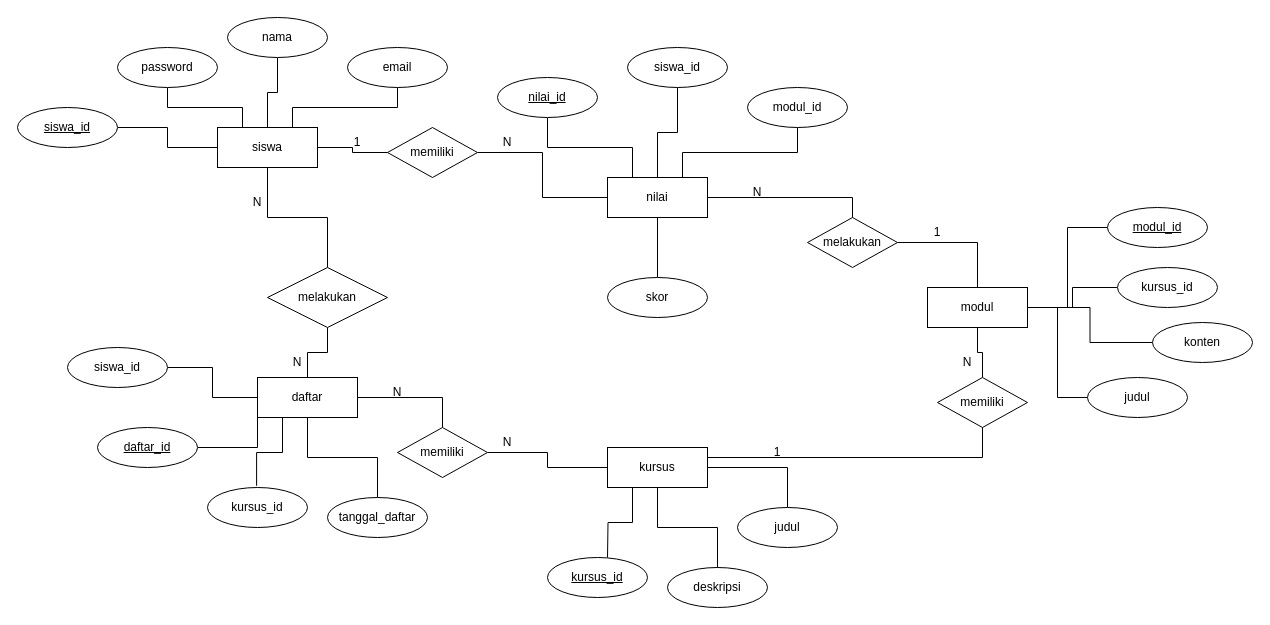
Earlier version of the draw.io diagram docs/erdlms.drawio (rensyuudk/Project_LMS). Source tidied: cells renumbered, new cells numbered last; positions are measured from the earlier drawing's top-left corner, leaving out a move shared by most shapes. Both pictures are drawn from the tidied source at 100%, with x=0, y=0 at pixel (17, 17).
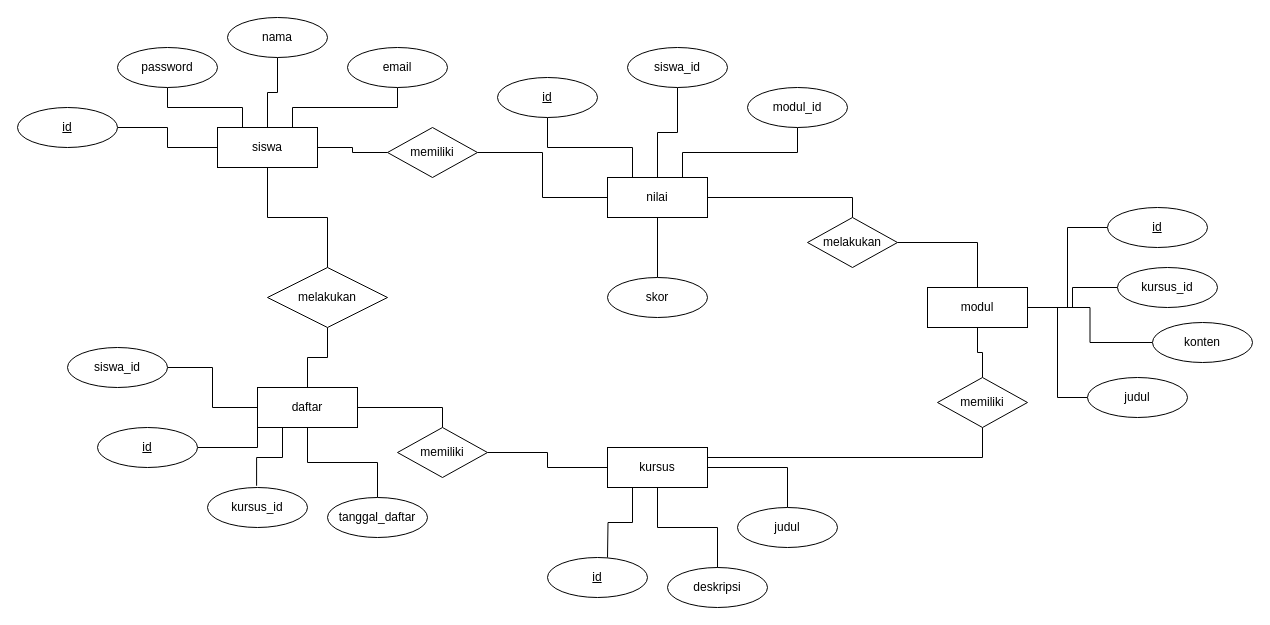
After the change.

Change to the diagram source:
```diff
@@
     <mxCell id="16" value="daftar" style="whiteSpace=wrap;html=1;align=center;" parent="1" vertex="1">
-      <mxGeometry x="240" y="360" width="100" height="40" as="geometry" />
+      <mxGeometry x="240" y="370" width="100" height="40" as="geometry" />
     </mxCell>
@@
-    <mxCell id="28" value="nilai_id" style="ellipse;whiteSpace=wrap;html=1;align=center;fontStyle=4;" parent="1" vertex="1">
+    <mxCell id="28" value="id" style="ellipse;whiteSpace=wrap;html=1;align=center;fontStyle=4;" parent="1" vertex="1">
       <mxGeometry x="480" y="60" width="100" height="40" as="geometry" />
     </mxCell>
-    <mxCell id="29" value="modul_id" style="ellipse;whiteSpace=wrap;html=1;align=center;fontStyle=4;" parent="1" vertex="1">
+    <mxCell id="29" value="id" style="ellipse;whiteSpace=wrap;html=1;align=center;fontStyle=4;" parent="1" vertex="1">
       <mxGeometry x="1090" y="190" width="100" height="40" as="geometry" />
     </mxCell>
-    <mxCell id="30" value="daftar_id" style="ellipse;whiteSpace=wrap;html=1;align=center;fontStyle=4;" parent="1" vertex="1">
+    <mxCell id="30" value="id" style="ellipse;whiteSpace=wrap;html=1;align=center;fontStyle=4;" parent="1" vertex="1">
       <mxGeometry x="80" y="410" width="100" height="40" as="geometry" />
     </mxCell>
-    <mxCell id="31" value="kursus_id" style="ellipse;whiteSpace=wrap;html=1;align=center;fontStyle=4;" parent="1" vertex="1">
+    <mxCell id="31" value="id" style="ellipse;whiteSpace=wrap;html=1;align=center;fontStyle=4;" parent="1" vertex="1">
       <mxGeometry x="530" y="540" width="100" height="40" as="geometry" />
     </mxCell>
-    <mxCell id="32" value="siswa_id" style="ellipse;whiteSpace=wrap;html=1;align=center;fontStyle=4;" parent="1" vertex="1">
+    <mxCell id="32" value="id" style="ellipse;whiteSpace=wrap;html=1;align=center;fontStyle=4;" parent="1" vertex="1">
       <mxGeometry y="90" width="100" height="40" as="geometry" />
     </mxCell>
@@
-    <mxCell id="58" value="1" style="text;html=1;whiteSpace=wrap;strokeColor=none;fillColor=none;align=center;verticalAlign=middle;rounded=0;" parent="1" vertex="1">
-      <mxGeometry x="310" y="110" width="60" height="30" as="geometry" />
-    </mxCell>
-    <mxCell id="59" value="N" style="text;html=1;whiteSpace=wrap;strokeColor=none;fillColor=none;align=center;verticalAlign=middle;rounded=0;" parent="1" vertex="1">
-      <mxGeometry x="460" y="110" width="60" height="30" as="geometry" />
-    </mxCell>
-    <mxCell id="60" value="1" style="text;html=1;whiteSpace=wrap;strokeColor=none;fillColor=none;align=center;verticalAlign=middle;rounded=0;" parent="1" vertex="1">
-      <mxGeometry x="890" y="200" width="60" height="30" as="geometry" />
-    </mxCell>
-    <mxCell id="61" value="N" style="text;html=1;whiteSpace=wrap;strokeColor=none;fillColor=none;align=center;verticalAlign=middle;rounded=0;" parent="1" vertex="1">
-      <mxGeometry x="710" y="160" width="60" height="30" as="geometry" />
-    </mxCell>
-    <mxCell id="62" value="1" style="text;html=1;whiteSpace=wrap;strokeColor=none;fillColor=none;align=center;verticalAlign=middle;rounded=0;" parent="1" vertex="1">
-      <mxGeometry x="730" y="420" width="60" height="30" as="geometry" />
-    </mxCell>
-    <mxCell id="63" value="N" style="text;html=1;whiteSpace=wrap;strokeColor=none;fillColor=none;align=center;verticalAlign=middle;rounded=0;" parent="1" vertex="1">
-      <mxGeometry x="920" y="330" width="60" height="30" as="geometry" />
-    </mxCell>
-    <mxCell id="64" value="N" style="text;html=1;whiteSpace=wrap;strokeColor=none;fillColor=none;align=center;verticalAlign=middle;rounded=0;" parent="1" vertex="1">
-      <mxGeometry x="460" y="410" width="60" height="30" as="geometry" />
-    </mxCell>
-    <mxCell id="65" value="N" style="text;html=1;whiteSpace=wrap;strokeColor=none;fillColor=none;align=center;verticalAlign=middle;rounded=0;" parent="1" vertex="1">
-      <mxGeometry x="350" y="360" width="60" height="30" as="geometry" />
-    </mxCell>
-    <mxCell id="66" value="N" style="text;html=1;whiteSpace=wrap;strokeColor=none;fillColor=none;align=center;verticalAlign=middle;rounded=0;" parent="1" vertex="1">
-      <mxGeometry x="210" y="170" width="60" height="30" as="geometry" />
-    </mxCell>
-    <mxCell id="67" value="N" style="text;html=1;whiteSpace=wrap;strokeColor=none;fillColor=none;align=center;verticalAlign=middle;rounded=0;" parent="1" vertex="1">
-      <mxGeometry x="250" y="330" width="60" height="30" as="geometry" />
-    </mxCell>
```
